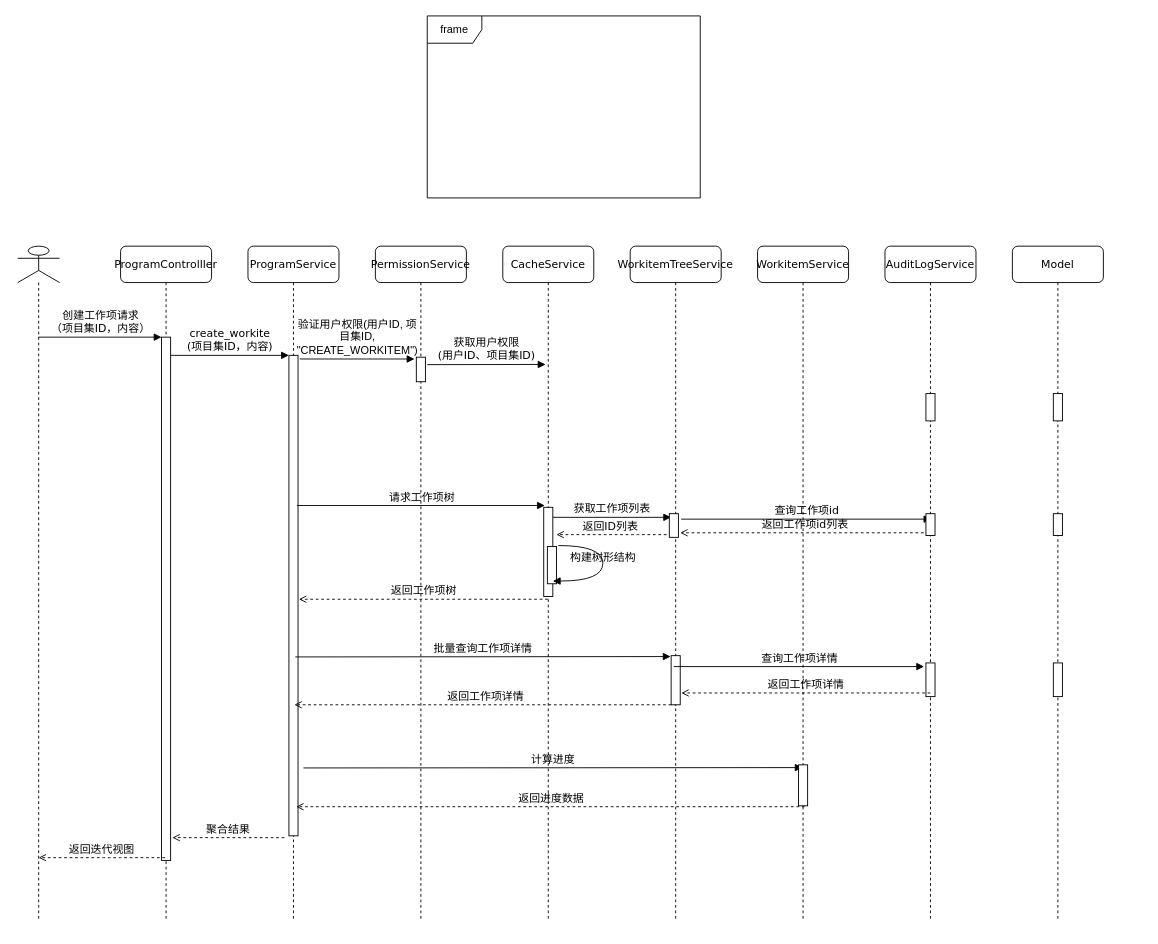
Before: 项目集时序图.drawio in qf2020/drawio, a draw.io diagram. Source tidied: cells renumbered, new cells numbered last; positions are measured from the earlier drawing's top-left corner, leaving out a move shared by most shapes. Both pictures are drawn from the tidied source at 91%, with x=0, y=0 at pixel (17, 15).
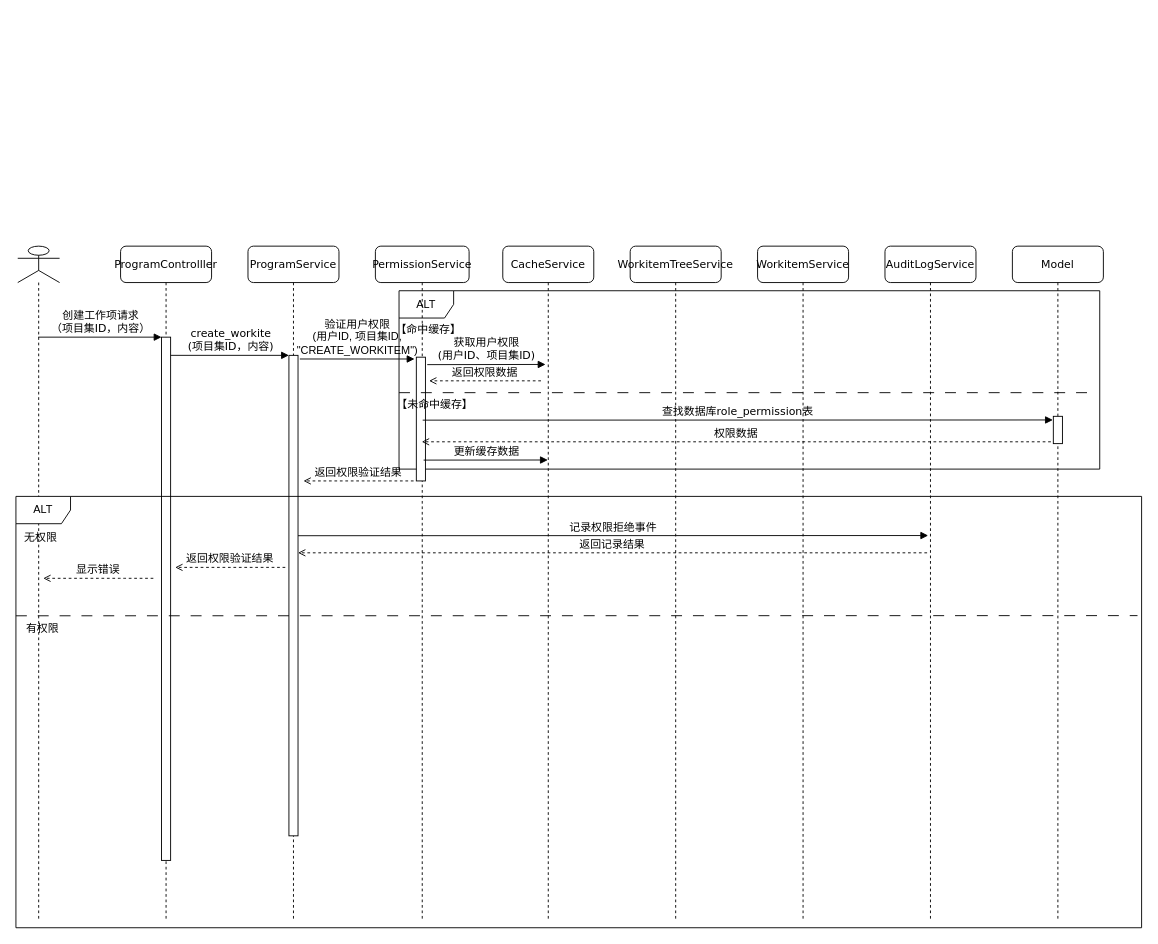
Above is the later version.

Commit message (it also covers changes not shown here):
更新项目集时序图.drawio

The change refers to these unchanged cells:
```xml
<mxCell id="2" value="ProgramControlller" style="shape=umlLifeline;perimeter=lifelinePerimeter;whiteSpace=wrap;html=1;rounded=1;shadow=0;comic=0;labelBackgroundColor=none;strokeWidth=1;fontFamily=Verdana;fontSize=12;align=center;" parent="1" vertex="1">
  <mxGeometry x="113" y="253" width="100" height="740" as="geometry" />
</mxCell>
<mxCell id="3" style="html=1;points=[];perimeter=orthogonalPerimeter;rounded=0;shadow=0;comic=0;labelBackgroundColor=none;strokeWidth=1;fontFamily=Verdana;fontSize=12;align=center;" parent="2" vertex="1">
  <mxGeometry x="45" y="100" width="10" height="575" as="geometry" />
</mxCell>
<mxCell id="4" value="ProgramService" style="shape=umlLifeline;perimeter=lifelinePerimeter;whiteSpace=wrap;html=1;rounded=1;shadow=0;comic=0;labelBackgroundColor=none;strokeWidth=1;fontFamily=Verdana;fontSize=12;align=center;" parent="1" vertex="1">
  <mxGeometry x="253" y="253" width="100" height="740" as="geometry" />
</mxCell>
<mxCell id="5" style="html=1;points=[];perimeter=orthogonalPerimeter;rounded=0;shadow=0;comic=0;labelBackgroundColor=none;strokeWidth=1;fontFamily=Verdana;fontSize=12;align=center;" parent="4" vertex="1">
  <mxGeometry x="45" y="120" width="10" height="528" as="geometry" />
</mxCell>
<mxCell id="16" value="WorkitemTreeService" style="shape=umlLifeline;perimeter=lifelinePerimeter;whiteSpace=wrap;html=1;rounded=1;shadow=0;comic=0;labelBackgroundColor=none;strokeWidth=1;fontFamily=Verdana;fontSize=12;align=center;" parent="1" vertex="1">
  <mxGeometry x="673" y="253" width="100" height="740" as="geometry" />
</mxCell>
<mxCell id="20" value="WorkitemService" style="shape=umlLifeline;perimeter=lifelinePerimeter;whiteSpace=wrap;html=1;outlineConnect=0;rounded=1;shadow=0;comic=0;labelBackgroundColor=none;strokeWidth=1;fontFamily=Verdana;fontSize=12;align=center;" parent="1" vertex="1">
  <mxGeometry x="813" y="253" width="100" height="740" as="geometry" />
</mxCell>
<mxCell id="25" value="AuditLogService" style="shape=umlLifeline;perimeter=lifelinePerimeter;whiteSpace=wrap;html=1;rounded=1;shadow=0;comic=0;labelBackgroundColor=none;strokeWidth=1;fontFamily=Verdana;fontSize=12;align=center;" parent="1" vertex="1">
  <mxGeometry x="953" y="253" width="100" height="740" as="geometry" />
</mxCell>
<mxCell id="39" value="Model" style="shape=umlLifeline;perimeter=lifelinePerimeter;whiteSpace=wrap;html=1;rounded=1;shadow=0;comic=0;labelBackgroundColor=none;strokeWidth=1;fontFamily=Verdana;fontSize=12;align=center;" parent="1" vertex="1">
  <mxGeometry x="1093" y="253" width="100" height="740" as="geometry" />
</mxCell>
```

What changed in the source:
```diff
@@
+    <mxCell id="45" value="显示错误" style="html=1;verticalAlign=bottom;endArrow=open;dashed=1;endSize=6;labelBackgroundColor=none;fontFamily=Verdana;fontSize=12;edgeStyle=elbowEdgeStyle;elbow=horizontal;jumpSize=6;" parent="2" edge="1">
+      <mxGeometry x="0.01" relative="1" as="geometry">
+        <mxPoint x="36" y="365" as="sourcePoint" />
+        <mxPoint x="-85" y="365" as="targetPoint" />
+        <Array as="points">
+          <mxPoint x="-5" y="379" />
+          <mxPoint x="25" y="379" />
+        </Array>
+      </mxGeometry>
+    </mxCell>
+    <mxCell id="43" value="ALT" style="shape=umlFrame;whiteSpace=wrap;html=1;" parent="1" vertex="1">
+      <mxGeometry x="419" y="302" width="770" height="196" as="geometry" />
+    </mxCell>
@@
-    <mxCell id="6" value="返回工作项详情" style="html=1;verticalAlign=bottom;endArrow=open;dashed=1;endSize=6;labelBackgroundColor=none;fontFamily=Verdana;fontSize=12;edgeStyle=elbowEdgeStyle;elbow=vertical;jumpSize=6;" parent="4" edge="1">
-      <mxGeometry relative="1" as="geometry">
-        <mxPoint x="471.2" y="504" as="sourcePoint" />
-        <mxPoint x="51" y="504" as="targetPoint" />
-        <Array as="points">
-          <mxPoint x="286.7" y="504" />
-          <mxPoint x="316.7" y="504" />
-        </Array>
-      </mxGeometry>
-    </mxCell>
+    <mxCell id="10" value="CacheService" style="shape=umlLifeline;perimeter=lifelinePerimeter;whiteSpace=wrap;html=1;rounded=1;shadow=0;comic=0;labelBackgroundColor=none;strokeWidth=1;fontFamily=Verdana;fontSize=12;align=center;" parent="1" vertex="1">
+      <mxGeometry x="533" y="253" width="100" height="740" as="geometry" />
+    </mxCell>
+    <mxCell id="46" value="返回权限数据" style="html=1;verticalAlign=bottom;endArrow=open;dashed=1;endSize=6;labelBackgroundColor=none;fontFamily=Verdana;fontSize=12;edgeStyle=elbowEdgeStyle;elbow=vertical;jumpSize=6;" parent="10" edge="1">
+      <mxGeometry x="0.01" relative="1" as="geometry">
+        <mxPoint x="42" y="148" as="sourcePoint" />
+        <mxPoint x="-81" y="148" as="targetPoint" />
+        <Array as="points">
+          <mxPoint x="-1" y="148" />
+          <mxPoint x="29" y="148" />
+        </Array>
+      </mxGeometry>
+    </mxCell>
+    <mxCell id="47" value="返回记录结果" style="html=1;verticalAlign=bottom;endArrow=open;dashed=1;endSize=6;labelBackgroundColor=none;fontFamily=Verdana;fontSize=12;edgeStyle=elbowEdgeStyle;elbow=vertical;jumpSize=6;" parent="10" edge="1">
+      <mxGeometry relative="1" as="geometry">
+        <mxPoint x="466.3" y="337" as="sourcePoint" />
+        <mxPoint x="-225" y="337" as="targetPoint" />
+        <Array as="points">
+          <mxPoint x="281.3" y="337" />
+          <mxPoint x="311.3" y="337" />
+        </Array>
+      </mxGeometry>
+    </mxCell>
     <mxCell id="7" value="PermissionService" style="shape=umlLifeline;perimeter=lifelinePerimeter;whiteSpace=wrap;html=1;rounded=1;shadow=0;comic=0;labelBackgroundColor=none;strokeWidth=1;fontFamily=Verdana;fontSize=12;align=center;" parent="1" vertex="1">
-      <mxGeometry x="393" y="253" width="100" height="740" as="geometry" />
+      <mxGeometry x="393" y="253" width="103" height="740" as="geometry" />
     </mxCell>
     <mxCell id="8" style="html=1;perimeter=orthogonalPerimeter;rounded=0;shadow=0;comic=0;labelBackgroundColor=none;strokeWidth=1;fontFamily=Verdana;fontSize=12;align=center;" parent="7" vertex="1">
-      <mxGeometry x="45" y="122" width="10" height="27" as="geometry" />
+      <mxGeometry x="45" y="122" width="10" height="136" as="geometry" />
     </mxCell>
-    <mxCell id="9" value="计算进度" style="html=1;verticalAlign=bottom;endArrow=block;labelBackgroundColor=none;fontFamily=Verdana;fontSize=12;edgeStyle=elbowEdgeStyle;elbow=vertical;" parent="7" edge="1" target="20">
-      <mxGeometry relative="1" as="geometry">
-        <mxPoint x="-79" y="573.4" as="sourcePoint" />
-      </mxGeometry>
-    </mxCell>
-    <mxCell id="10" value="CacheService" style="shape=umlLifeline;perimeter=lifelinePerimeter;whiteSpace=wrap;html=1;rounded=1;shadow=0;comic=0;labelBackgroundColor=none;strokeWidth=1;fontFamily=Verdana;fontSize=12;align=center;" parent="1" vertex="1">
-      <mxGeometry x="533" y="253" width="100" height="740" as="geometry" />
-    </mxCell>
-    <mxCell id="11" style="html=1;perimeter=orthogonalPerimeter;rounded=0;shadow=0;comic=0;labelBackgroundColor=none;strokeWidth=1;fontFamily=Verdana;fontSize=12;align=center;" parent="10" vertex="1">
-      <mxGeometry x="45" y="287" width="10" height="98" as="geometry" />
-    </mxCell>
-    <mxCell id="12" value="获取工作项列表" style="html=1;verticalAlign=bottom;endArrow=block;entryX=0;entryY=0;labelBackgroundColor=none;fontFamily=Verdana;fontSize=12;edgeStyle=elbowEdgeStyle;elbow=horizontal;" parent="10" edge="1">
-      <mxGeometry relative="1" as="geometry">
-        <mxPoint x="55" y="298" as="sourcePoint" />
-        <mxPoint x="185" y="298" as="targetPoint" />
-      </mxGeometry>
-    </mxCell>
-    <mxCell id="13" value="返回ID列表" style="html=1;verticalAlign=bottom;endArrow=open;dashed=1;endSize=6;labelBackgroundColor=none;fontFamily=Verdana;fontSize=12;edgeStyle=elbowEdgeStyle;elbow=horizontal;jumpSize=6;" parent="10" edge="1">
-      <mxGeometry x="0.02" relative="1" as="geometry">
-        <mxPoint x="180" y="317" as="sourcePoint" />
-        <mxPoint x="59" y="317" as="targetPoint" />
-        <Array as="points">
-          <mxPoint x="139" y="331" />
-          <mxPoint x="169" y="331" />
-        </Array>
-      </mxGeometry>
-    </mxCell>
-    <mxCell id="14" style="html=1;perimeter=orthogonalPerimeter;rounded=0;shadow=0;comic=0;labelBackgroundColor=none;strokeWidth=1;fontFamily=Verdana;fontSize=12;align=center;" parent="10" vertex="1">
-      <mxGeometry x="49" y="330" width="10" height="41" as="geometry" />
-    </mxCell>
-    <mxCell id="15" value="构建树形结构" style="html=1;verticalAlign=bottom;endArrow=block;labelBackgroundColor=none;fontFamily=Verdana;fontSize=12;elbow=vertical;edgeStyle=orthogonalEdgeStyle;curved=1;exitX=1.066;exitY=0.713;exitPerimeter=0;" parent="10" edge="1">
-      <mxGeometry relative="1" as="geometry">
-        <mxPoint x="61" y="329" as="sourcePoint" />
-        <mxPoint x="55" y="368" as="targetPoint" />
-        <Array as="points">
-          <mxPoint x="110" y="329" />
-          <mxPoint x="110" y="368" />
-        </Array>
-      </mxGeometry>
-    </mxCell>
+    <mxCell id="48" value="【命中缓存】" style="text;html=1;align=center;verticalAlign=middle;strokeColor=none;fillColor=none;" parent="7" vertex="1">
+      <mxGeometry x="13" y="79" width="90" height="26" as="geometry" />
+    </mxCell>
+    <mxCell id="49" value="返回权限验证结果" style="html=1;verticalAlign=bottom;endArrow=open;dashed=1;endSize=6;labelBackgroundColor=none;fontFamily=Verdana;fontSize=12;edgeStyle=elbowEdgeStyle;elbow=horizontal;jumpSize=6;" parent="7" edge="1">
+      <mxGeometry x="0.01" relative="1" as="geometry">
+        <mxPoint x="42" y="258" as="sourcePoint" />
+        <mxPoint x="-79" y="258" as="targetPoint" />
+        <Array as="points">
+          <mxPoint x="1" y="272" />
+          <mxPoint x="31" y="272" />
+        </Array>
+      </mxGeometry>
+    </mxCell>
+    <mxCell id="50" value="记录权限拒绝事件" style="html=1;verticalAlign=bottom;endArrow=block;labelBackgroundColor=none;fontFamily=Verdana;fontSize=12;edgeStyle=elbowEdgeStyle;elbow=vertical;" parent="7" edge="1">
+      <mxGeometry relative="1" as="geometry">
+        <mxPoint x="-85" y="318.2" as="sourcePoint" />
+        <mxPoint x="607.5" y="318" as="targetPoint" />
+      </mxGeometry>
+    </mxCell>
@@
-    <mxCell id="17" style="html=1;perimeter=orthogonalPerimeter;rounded=0;shadow=0;comic=0;labelBackgroundColor=none;strokeWidth=1;fontFamily=Verdana;fontSize=12;align=center;" parent="16" vertex="1">
-      <mxGeometry x="43" y="294" width="10" height="26" as="geometry" />
-    </mxCell>
-    <mxCell id="18" style="html=1;perimeter=orthogonalPerimeter;rounded=0;shadow=0;comic=0;labelBackgroundColor=none;strokeWidth=1;fontFamily=Verdana;fontSize=12;align=center;" parent="16" vertex="1">
-      <mxGeometry x="45" y="450" width="10" height="54" as="geometry" />
-    </mxCell>
-    <mxCell id="19" value="查询工作项id" style="html=1;verticalAlign=bottom;endArrow=block;labelBackgroundColor=none;fontFamily=Verdana;fontSize=12;edgeStyle=elbowEdgeStyle;elbow=vertical;" parent="16" edge="1">
-      <mxGeometry relative="1" as="geometry">
-        <mxPoint x="56" y="300" as="sourcePoint" />
-        <mxPoint x="331" y="300" as="targetPoint" />
-      </mxGeometry>
-    </mxCell>
@@
-    <mxCell id="21" value="返回工作项id列表" style="html=1;verticalAlign=bottom;endArrow=open;dashed=1;endSize=6;labelBackgroundColor=none;fontFamily=Verdana;fontSize=12;edgeStyle=elbowEdgeStyle;elbow=vertical;jumpSize=6;" parent="20" edge="1">
-      <mxGeometry relative="1" as="geometry">
-        <mxPoint x="188.5" y="315" as="sourcePoint" />
-        <mxPoint x="-85" y="315" as="targetPoint" />
-        <Array as="points">
-          <mxPoint x="28" y="315" />
-          <mxPoint x="58" y="315" />
-        </Array>
-      </mxGeometry>
-    </mxCell>
-    <mxCell id="22" style="html=1;perimeter=orthogonalPerimeter;rounded=0;shadow=0;comic=0;labelBackgroundColor=none;strokeWidth=1;fontFamily=Verdana;fontSize=12;align=center;" parent="20" vertex="1">
-      <mxGeometry x="45" y="570" width="10" height="45" as="geometry" />
-    </mxCell>
@@
     <mxCell id="24" value="create_workite&lt;div&gt;(项目集ID，内容)&lt;/div&gt;" style="html=1;verticalAlign=bottom;endArrow=block;entryX=0;entryY=0;labelBackgroundColor=none;fontFamily=Verdana;fontSize=12;edgeStyle=elbowEdgeStyle;elbow=vertical;" parent="1" edge="1" source="3" target="5">
-      <mxGeometry relative="1" as="geometry" />
+      <mxGeometry x="0.01" relative="1" as="geometry" />
     </mxCell>
@@
-    <mxCell id="26" value="查询工作项详情" style="html=1;verticalAlign=bottom;endArrow=block;labelBackgroundColor=none;fontFamily=Verdana;fontSize=12;edgeStyle=elbowEdgeStyle;elbow=vertical;" parent="25" edge="1">
-      <mxGeometry relative="1" as="geometry">
-        <mxPoint x="-232" y="462" as="sourcePoint" />
-        <mxPoint x="43" y="462" as="targetPoint" />
-      </mxGeometry>
-    </mxCell>
-    <mxCell id="27" style="html=1;perimeter=orthogonalPerimeter;rounded=0;shadow=0;comic=0;labelBackgroundColor=none;strokeWidth=1;fontFamily=Verdana;fontSize=12;align=center;" parent="25" vertex="1">
-      <mxGeometry x="45" y="162" width="10" height="30" as="geometry" />
-    </mxCell>
-    <mxCell id="28" style="html=1;perimeter=orthogonalPerimeter;rounded=0;shadow=0;comic=0;labelBackgroundColor=none;strokeWidth=1;fontFamily=Verdana;fontSize=12;align=center;" parent="25" vertex="1">
-      <mxGeometry x="45" y="294" width="10" height="24" as="geometry" />
-    </mxCell>
-    <mxCell id="29" style="html=1;perimeter=orthogonalPerimeter;rounded=0;shadow=0;comic=0;labelBackgroundColor=none;strokeWidth=1;fontFamily=Verdana;fontSize=12;align=center;" parent="25" vertex="1">
-      <mxGeometry x="45" y="458" width="10" height="37" as="geometry" />
-    </mxCell>
@@
-    <mxCell id="31" value="请求工作项树" style="html=1;verticalAlign=bottom;endArrow=block;labelBackgroundColor=none;fontFamily=Verdana;fontSize=12;edgeStyle=elbowEdgeStyle;elbow=vertical;" parent="1" edge="1">
-      <mxGeometry relative="1" as="geometry">
-        <mxPoint x="306.8" y="538" as="sourcePoint" />
-        <mxPoint x="579.2" y="538.6" as="targetPoint" />
-      </mxGeometry>
-    </mxCell>
-    <mxCell id="32" value="批量查询工作项详情" style="html=1;verticalAlign=bottom;endArrow=block;labelBackgroundColor=none;fontFamily=Verdana;fontSize=12;edgeStyle=elbowEdgeStyle;elbow=vertical;" parent="1" edge="1">
-      <mxGeometry relative="1" as="geometry">
-        <mxPoint x="305" y="704.4" as="sourcePoint" />
-        <mxPoint x="717.5" y="704" as="targetPoint" />
-      </mxGeometry>
-    </mxCell>
-    <mxCell id="33" value="返回进度数据" style="html=1;verticalAlign=bottom;endArrow=open;dashed=1;endSize=6;labelBackgroundColor=none;fontFamily=Verdana;fontSize=12;edgeStyle=elbowEdgeStyle;elbow=vertical;jumpSize=6;" parent="1" edge="1">
-      <mxGeometry relative="1" as="geometry">
-        <mxPoint x="864.7" y="869" as="sourcePoint" />
-        <mxPoint x="306" y="869" as="targetPoint" />
-        <Array as="points">
-          <mxPoint x="679.7" y="869" />
-          <mxPoint x="709.7" y="869" />
-        </Array>
-      </mxGeometry>
-    </mxCell>
-    <mxCell id="34" value="&lt;span style=&quot;font-family: Helvetica; text-align: left; text-wrap-mode: wrap;&quot;&gt;验证用户权限(用户ID, 项目集ID, &quot;CREATE_WORKITEM&quot;)&lt;/span&gt;" style="html=1;verticalAlign=bottom;endArrow=block;labelBackgroundColor=none;fontFamily=Verdana;fontSize=12;edgeStyle=elbowEdgeStyle;elbow=vertical;" parent="1" edge="1">
+    <mxCell id="34" value="&lt;span style=&quot;font-family: Helvetica; text-align: left; text-wrap-mode: wrap;&quot;&gt;验证用户权限&lt;/span&gt;&lt;div&gt;&lt;span style=&quot;font-family: Helvetica; text-align: left; text-wrap-mode: wrap;&quot;&gt;(用户ID, 项目集ID, &quot;CREATE_WORKITEM&quot;)&lt;/span&gt;&lt;/div&gt;" style="html=1;verticalAlign=bottom;endArrow=block;labelBackgroundColor=none;fontFamily=Verdana;fontSize=12;edgeStyle=elbowEdgeStyle;elbow=vertical;" parent="1" edge="1">
       <mxGeometry relative="1" as="geometry">
         <mxPoint x="310" y="377" as="sourcePoint" />
         <mxPoint x="436" y="377" as="targetPoint" />
       </mxGeometry>
     </mxCell>
-    <mxCell id="35" value="返回工作项树" style="html=1;verticalAlign=bottom;endArrow=open;dashed=1;endSize=6;labelBackgroundColor=none;fontFamily=Verdana;fontSize=12;edgeStyle=elbowEdgeStyle;elbow=vertical;jumpSize=6;" parent="1" edge="1">
-      <mxGeometry relative="1" as="geometry">
-        <mxPoint x="582.5" y="641" as="sourcePoint" />
-        <mxPoint x="309" y="641" as="targetPoint" />
-        <Array as="points">
-          <mxPoint x="422" y="641" />
-          <mxPoint x="452" y="641" />
-        </Array>
-      </mxGeometry>
-    </mxCell>
-    <mxCell id="36" value="返回工作项详情" style="html=1;verticalAlign=bottom;endArrow=open;dashed=1;endSize=6;labelBackgroundColor=none;fontFamily=Verdana;fontSize=12;edgeStyle=elbowEdgeStyle;elbow=vertical;jumpSize=6;" parent="1" edge="1">
-      <mxGeometry relative="1" as="geometry">
-        <mxPoint x="1002.8" y="744" as="sourcePoint" />
-        <mxPoint x="729.2" y="744" as="targetPoint" />
-        <Array as="points">
-          <mxPoint x="842.2" y="744" />
-          <mxPoint x="872.2" y="744" />
-        </Array>
-      </mxGeometry>
-    </mxCell>
-    <mxCell id="37" value="返回迭代视图" style="html=1;verticalAlign=bottom;endArrow=open;dashed=1;endSize=6;labelBackgroundColor=none;fontFamily=Verdana;fontSize=12;edgeStyle=elbowEdgeStyle;elbow=vertical;jumpSize=6;" parent="1" edge="1">
-      <mxGeometry relative="1" as="geometry">
-        <mxPoint x="162" y="925" as="sourcePoint" />
-        <mxPoint x="23" y="925" as="targetPoint" />
-        <Array as="points">
-          <mxPoint x="103" y="925" />
-          <mxPoint x="133" y="925" />
-        </Array>
-      </mxGeometry>
-    </mxCell>
-    <mxCell id="38" value="聚合结果" style="html=1;verticalAlign=bottom;endArrow=open;dashed=1;endSize=6;labelBackgroundColor=none;fontFamily=Verdana;fontSize=12;edgeStyle=elbowEdgeStyle;elbow=vertical;jumpSize=6;" parent="1" edge="1">
-      <mxGeometry x="0.01" relative="1" as="geometry">
-        <mxPoint x="293" y="903" as="sourcePoint" />
-        <mxPoint x="170" y="903" as="targetPoint" />
-        <Array as="points">
-          <mxPoint x="250" y="903" />
-          <mxPoint x="280" y="903" />
-        </Array>
-      </mxGeometry>
-    </mxCell>
@@
     <mxCell id="40" style="html=1;perimeter=orthogonalPerimeter;rounded=0;shadow=0;comic=0;labelBackgroundColor=none;strokeWidth=1;fontFamily=Verdana;fontSize=12;align=center;" parent="39" vertex="1">
-      <mxGeometry x="45" y="162" width="10" height="30" as="geometry" />
+      <mxGeometry x="45" y="187" width="10" height="30" as="geometry" />
     </mxCell>
-    <mxCell id="41" style="html=1;perimeter=orthogonalPerimeter;rounded=0;shadow=0;comic=0;labelBackgroundColor=none;strokeWidth=1;fontFamily=Verdana;fontSize=12;align=center;" parent="39" vertex="1">
-      <mxGeometry x="45" y="294" width="10" height="24" as="geometry" />
-    </mxCell>
-    <mxCell id="42" style="html=1;perimeter=orthogonalPerimeter;rounded=0;shadow=0;comic=0;labelBackgroundColor=none;strokeWidth=1;fontFamily=Verdana;fontSize=12;align=center;" parent="39" vertex="1">
-      <mxGeometry x="45" y="458" width="10" height="37" as="geometry" />
-    </mxCell>
-    <mxCell id="43" value="frame" style="shape=umlFrame;whiteSpace=wrap;html=1;" parent="1" vertex="1">
-      <mxGeometry x="450" width="300" height="200" as="geometry" />
-    </mxCell>
@@
+    <mxCell id="51" value="更新缓存数据" style="html=1;verticalAlign=bottom;endArrow=block;labelBackgroundColor=none;fontFamily=Verdana;fontSize=12;edgeStyle=elbowEdgeStyle;elbow=vertical;" parent="1" edge="1">
+      <mxGeometry relative="1" as="geometry">
+        <mxPoint x="446" y="488.1" as="sourcePoint" />
+        <mxPoint x="582.5" y="488.4" as="targetPoint" />
+      </mxGeometry>
+    </mxCell>
+    <mxCell id="52" style="endArrow=none;html=1;rounded=0;dashed=1;dashPattern=12 12;" parent="1" edge="1">
+      <mxGeometry relative="1" as="geometry">
+        <mxPoint x="419" y="414" as="sourcePoint" />
+        <mxPoint x="1186" y="414" as="targetPoint" />
+      </mxGeometry>
+    </mxCell>
+    <mxCell id="53" value="权限数据" style="html=1;verticalAlign=bottom;endArrow=open;dashed=1;endSize=6;labelBackgroundColor=none;fontFamily=Verdana;fontSize=12;edgeStyle=elbowEdgeStyle;elbow=vertical;jumpSize=6;" parent="1" edge="1">
+      <mxGeometry relative="1" as="geometry">
+        <mxPoint x="1135.3" y="468" as="sourcePoint" />
+        <mxPoint x="444" y="468" as="targetPoint" />
+        <Array as="points">
+          <mxPoint x="950.3" y="468" />
+          <mxPoint x="980.3" y="468" />
+        </Array>
+      </mxGeometry>
+    </mxCell>
+    <mxCell id="54" value="查找数据库role_permission表" style="html=1;verticalAlign=bottom;endArrow=block;labelBackgroundColor=none;fontFamily=Verdana;fontSize=12;edgeStyle=elbowEdgeStyle;elbow=vertical;" parent="1" edge="1">
+      <mxGeometry relative="1" as="geometry">
+        <mxPoint x="445" y="444.2" as="sourcePoint" />
+        <mxPoint x="1137.5" y="444" as="targetPoint" />
+      </mxGeometry>
+    </mxCell>
+    <mxCell id="55" value="【未命中缓存】" style="text;html=1;align=center;verticalAlign=middle;strokeColor=none;fillColor=none;" parent="1" vertex="1">
+      <mxGeometry x="407" y="414" width="102" height="26" as="geometry" />
+    </mxCell>
+    <mxCell id="56" value="返回权限验证结果" style="html=1;verticalAlign=bottom;endArrow=open;dashed=1;endSize=6;labelBackgroundColor=none;fontFamily=Verdana;fontSize=12;edgeStyle=elbowEdgeStyle;elbow=horizontal;jumpSize=6;" parent="1" edge="1">
+      <mxGeometry x="0.01" relative="1" as="geometry">
+        <mxPoint x="294" y="606" as="sourcePoint" />
+        <mxPoint x="173" y="606" as="targetPoint" />
+        <Array as="points">
+          <mxPoint x="253" y="620" />
+          <mxPoint x="283" y="620" />
+        </Array>
+      </mxGeometry>
+    </mxCell>
+    <mxCell id="57" value="ALT" style="shape=umlFrame;whiteSpace=wrap;html=1;" parent="1" vertex="1">
+      <mxGeometry x="-2" y="528" width="1237" height="474" as="geometry" />
+    </mxCell>
+    <mxCell id="58" style="endArrow=none;html=1;rounded=0;dashed=1;dashPattern=12 12;entryX=0.998;entryY=0.354;entryDx=0;entryDy=0;entryPerimeter=0;" parent="1" edge="1">
+      <mxGeometry relative="1" as="geometry">
+        <mxPoint x="-2" y="659.2" as="sourcePoint" />
+        <mxPoint x="1230.5" y="659" as="targetPoint" />
+      </mxGeometry>
+    </mxCell>
+    <mxCell id="59" value="无权限" style="text;html=1;align=center;verticalAlign=middle;strokeColor=none;fillColor=none;" parent="1" vertex="1">
+      <mxGeometry x="-2" y="560" width="54" height="26" as="geometry" />
+    </mxCell>
+    <mxCell id="60" value="有权限" style="text;html=1;align=center;verticalAlign=middle;strokeColor=none;fillColor=none;" parent="1" vertex="1">
+      <mxGeometry y="660" width="54" height="26" as="geometry" />
+    </mxCell>
```
